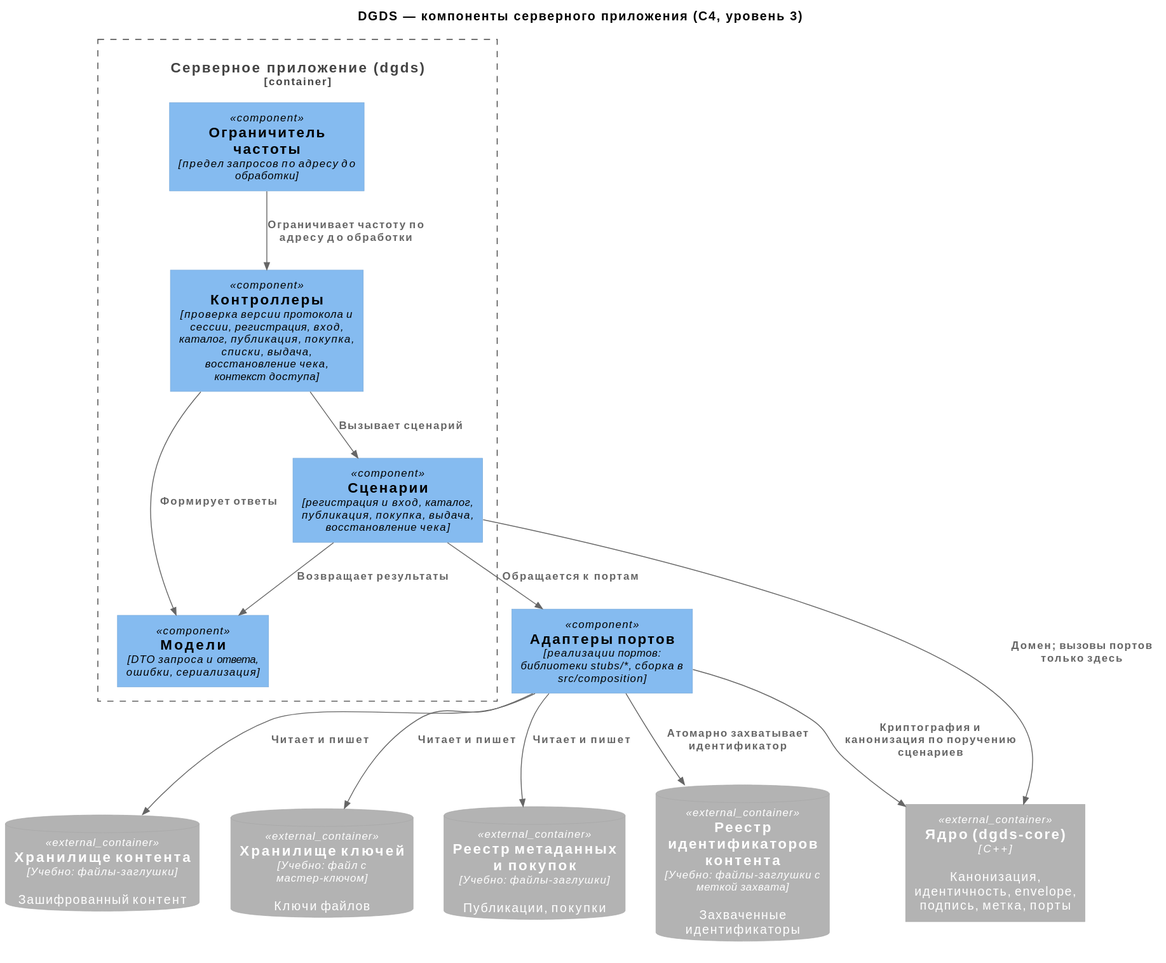
This is docs/architecture/03-components-server.svg from plushcube/dgds, a PlantUML export, as it was before one commit.
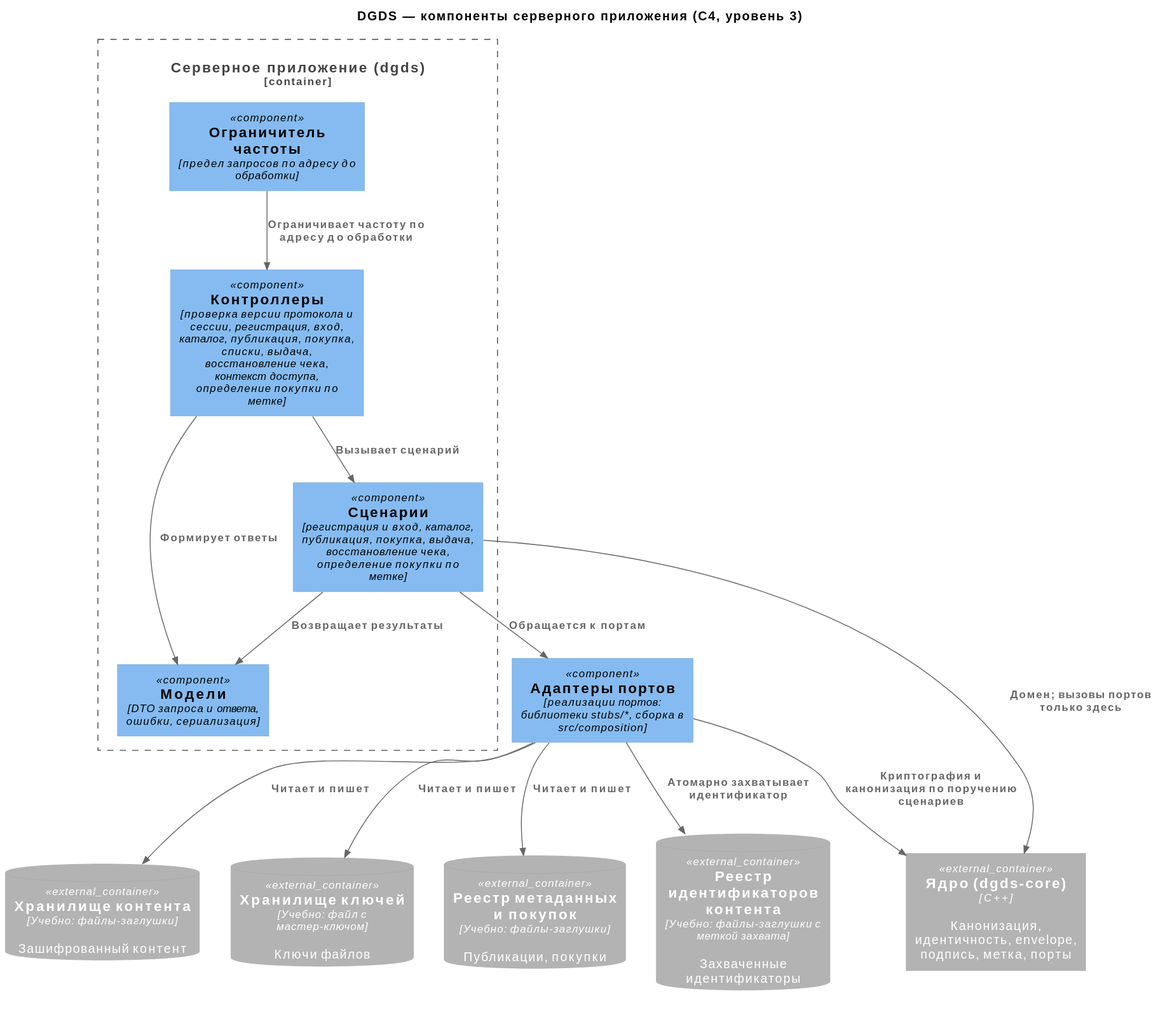
The same file after the commit.

The edit, as a diff of the source:
```diff
@@ -5,8 +5,8 @@
 
 Container_Boundary(server, "Серверное приложение (dgds)") {
   Component(limiter, "Ограничитель частоты", "предел запросов по адресу до обработки")
-  Component(controllers, "Контроллеры", "проверка версии протокола и сессии, регистрация, вход, каталог, публикация, покупка, списки, выдача, восстановление чека, контекст доступа")
-  Component(services, "Сценарии", "регистрация и вход, каталог, публикация, покупка, выдача, восстановление чека")
+  Component(controllers, "Контроллеры", "проверка версии протокола и сессии, регистрация, вход, каталог, публикация, покупка, списки, выдача, восстановление чека, контекст доступа, определение покупки по метке")
+  Component(services, "Сценарии", "регистрация и вход, каталог, публикация, покупка, выдача, восстановление чека, определение покупки по метке")
   Component(models, "Модели", "DTO запроса и ответа, ошибки, сериализация")
 }
 
```
